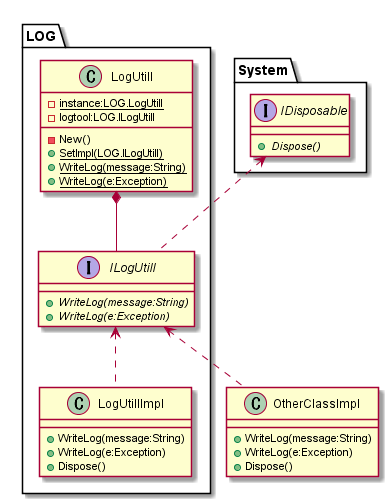
hirorich/CommonTool keeps this PlantUML diagram as doc/ClassDiagram/LogUtill.png. Above is the earlier version.
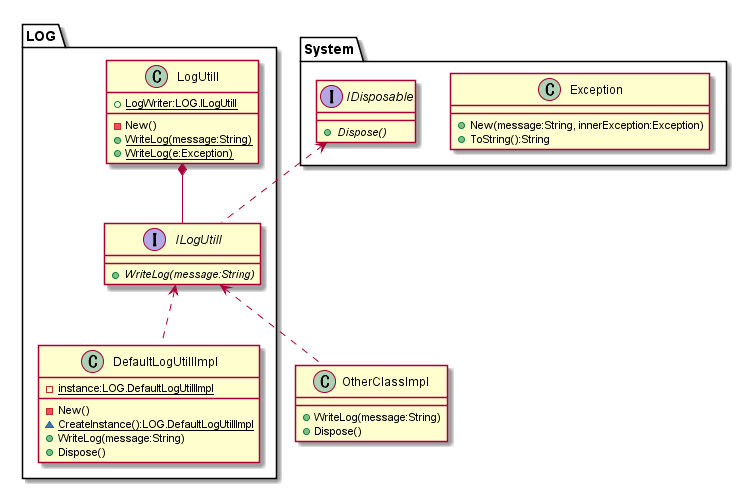
Later version of the same file.

Commit message:
ログ部品整理

The edit, as a diff of the source:
```diff
@@ -1,4 +1,9 @@
 @startuml LogUtill.png
+
+class System.Exception {
+  + New(message:String, innerException:Exception)
+  + ToString():String
+}
 
 interface System.IDisposable {
   + {abstract} Dispose()
@@ -6,31 +11,30 @@
 
 interface LOG.ILogUtill {
   + {abstract} WriteLog(message:String)
-  + {abstract} WriteLog(e:Exception)
 }
 System.IDisposable <.. LOG.ILogUtill
 
 class LOG.LogUtill {
-  - {static} instance:LOG.LogUtill
-  - logtool:LOG.ILogUtill
+  + {static} LogWriter:LOG.ILogUtill
 
   - New()
-  + {static} SetImpl(LOG.ILogUtill)
   + {static} WriteLog(message:String)
   + {static} WriteLog(e:Exception)
 }
 LOG.LogUtill *-- LOG.ILogUtill
 
-class LOG.LogUtillImpl {
+class LOG.DefaultLogUtillImpl {
+  - {static} instance:LOG.DefaultLogUtillImpl
+
+  - New()
+  ~ {static} CreateInstance():LOG.DefaultLogUtillImpl
   + WriteLog(message:String)
-  + WriteLog(e:Exception)
   + Dispose()
 }
-LOG.ILogUtill <.. LOG.LogUtillImpl
+LOG.ILogUtill <.. LOG.DefaultLogUtillImpl
 
 class OtherClassImpl {
   + WriteLog(message:String)
-  + WriteLog(e:Exception)
   + Dispose()
 }
 LOG.ILogUtill <.. OtherClassImpl
```
